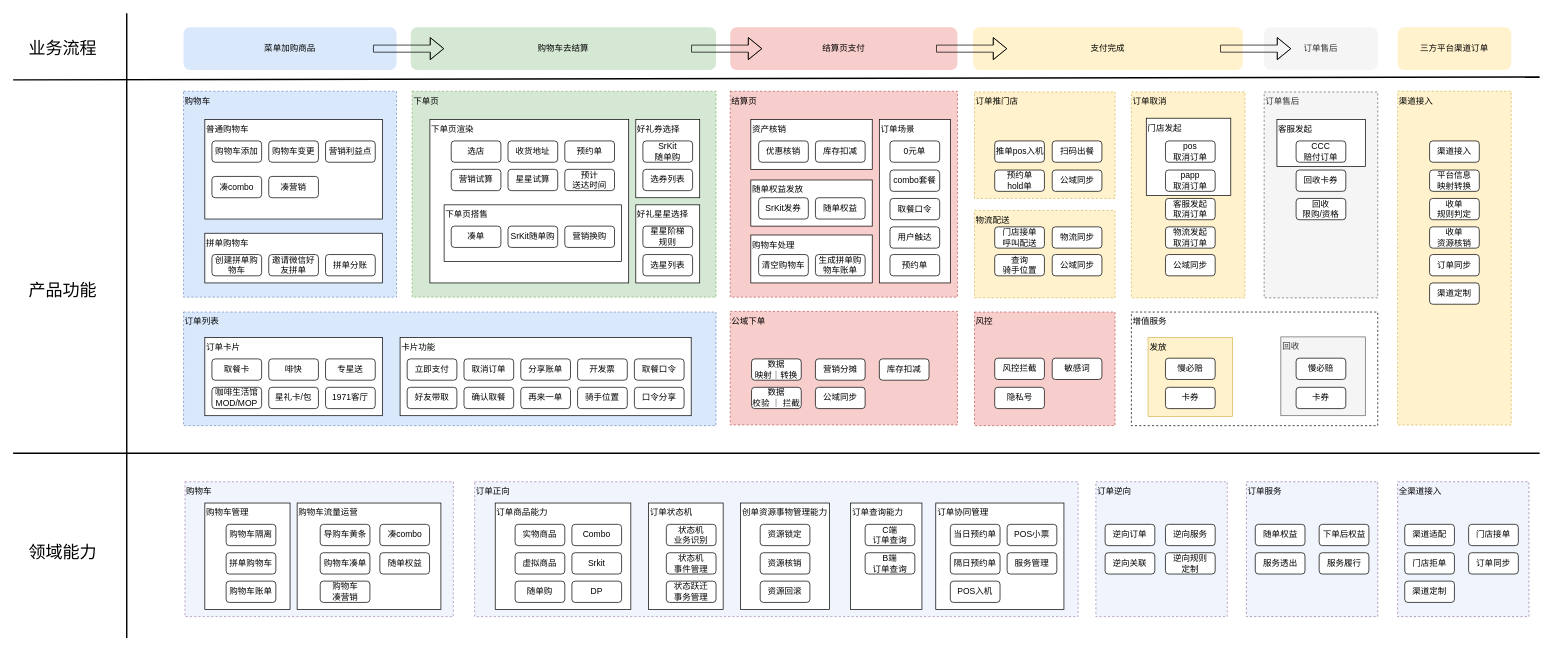
The draw.io diagram page "业务架构" (1 of 5) of OMS2.0业务架构.drawio in alexzhang2015/PC2.0, before the edit. Source tidied: cells renumbered, new cells numbered last; positions are measured from the earlier drawing's top-left corner, leaving out a move shared by most shapes. Both pictures are drawn from the tidied source at 71%, with x=0, y=0 at pixel (13, 13).
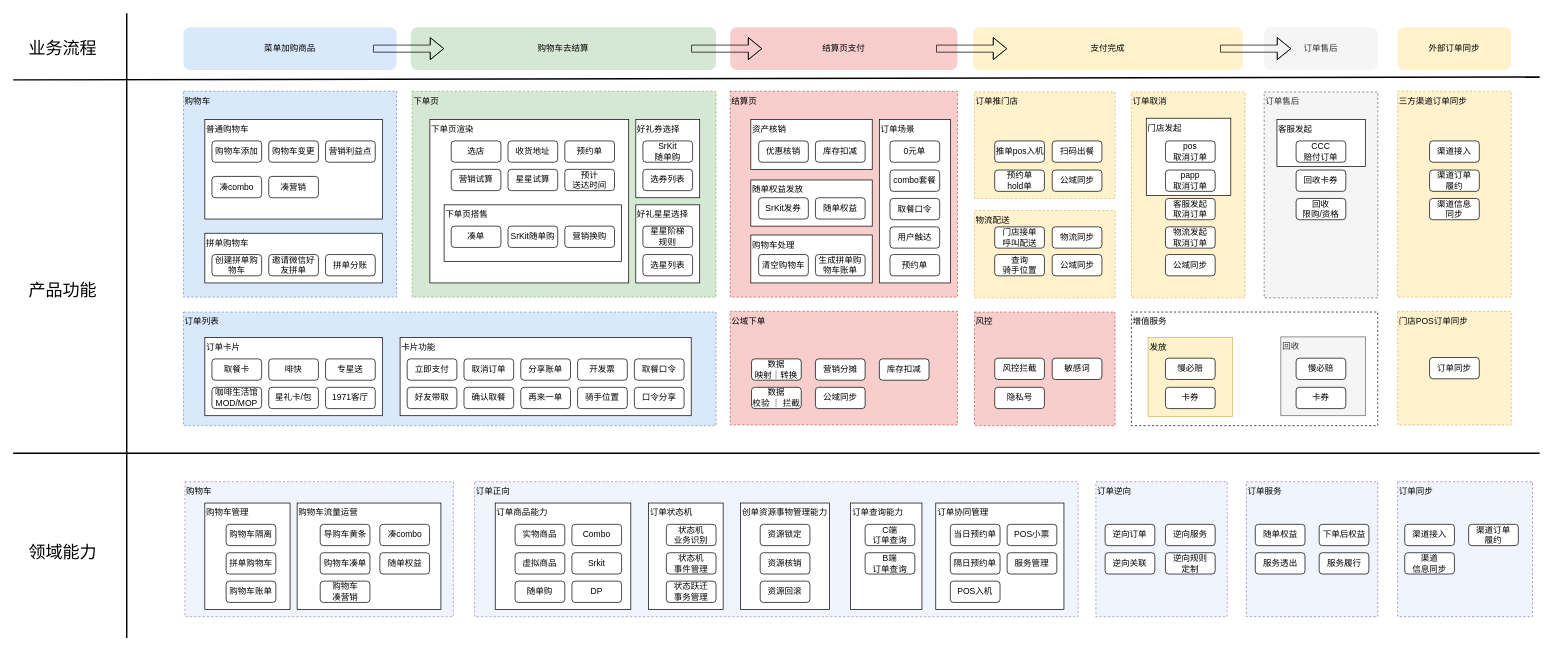
The same page after the edit.

Commit message:
更新OMS2.0业务架构.drawio

The edit, as a diff of the source:
```diff
@@
-    <mxCell id="166" value="三方平台渠道订单" style="rounded=1;whiteSpace=wrap;html=1;strokeColor=none;fillColor=#fff2cc;" parent="1" vertex="1">
+    <mxCell id="166" value="外部订单同步" style="rounded=1;whiteSpace=wrap;html=1;strokeColor=none;fillColor=#fff2cc;" parent="1" vertex="1">
       <mxGeometry x="1950" y="20" width="160" height="60" as="geometry" />
     </mxCell>
-    <mxCell id="167" value="渠道接入" style="rounded=0;whiteSpace=wrap;html=1;verticalAlign=top;dashed=1;labelPosition=center;verticalLabelPosition=middle;align=left;spacingRight=0;shadow=0;glass=0;horizontal=1;fillColor=#fff2cc;strokeColor=#d6b656;" parent="1" vertex="1">
-      <mxGeometry x="1950" y="110" width="160" height="470" as="geometry" />
+    <mxCell id="167" value="三方渠道订单同步" style="rounded=0;whiteSpace=wrap;html=1;verticalAlign=top;dashed=1;labelPosition=center;verticalLabelPosition=middle;align=left;spacingRight=0;shadow=0;glass=0;horizontal=1;fillColor=#fff2cc;strokeColor=#d6b656;" parent="1" vertex="1">
+      <mxGeometry x="1950" y="110" width="160" height="290" as="geometry" />
     </mxCell>
-    <mxCell id="168" value="全渠道接入" style="rounded=0;whiteSpace=wrap;html=1;align=left;verticalAlign=top;dashed=1;fillColor=#F0F4FC;strokeColor=#9673a6;fillStyle=auto;" parent="1" vertex="1">
-      <mxGeometry x="1950" y="660" width="185" height="190" as="geometry" />
+    <mxCell id="168" value="订单同步" style="rounded=0;whiteSpace=wrap;html=1;align=left;verticalAlign=top;dashed=1;fillColor=#F0F4FC;strokeColor=#9673a6;fillStyle=auto;" parent="1" vertex="1">
+      <mxGeometry x="1950" y="660" width="190" height="190" as="geometry" />
     </mxCell>
-    <mxCell id="169" value="渠道适配" style="rounded=1;whiteSpace=wrap;html=1;" parent="1" vertex="1">
+    <mxCell id="169" value="渠道接入" style="rounded=1;whiteSpace=wrap;html=1;" parent="1" vertex="1">
       <mxGeometry x="1960" y="720" width="70" height="30" as="geometry" />
     </mxCell>
-    <mxCell id="170" value="门店接单" style="rounded=1;whiteSpace=wrap;html=1;" parent="1" vertex="1">
+    <mxCell id="170" value="渠道订单&lt;div&gt;履约&lt;/div&gt;" style="rounded=1;whiteSpace=wrap;html=1;" parent="1" vertex="1">
       <mxGeometry x="2050" y="720" width="70" height="30" as="geometry" />
     </mxCell>
-    <mxCell id="171" value="门店拒&lt;span style=&quot;background-color: initial;&quot;&gt;单&lt;/span&gt;" style="rounded=1;whiteSpace=wrap;html=1;" parent="1" vertex="1">
+    <mxCell id="171" value="渠道&lt;div&gt;信息同步&lt;/div&gt;" style="rounded=1;whiteSpace=wrap;html=1;" parent="1" vertex="1">
       <mxGeometry x="1960" y="760" width="70" height="30" as="geometry" />
     </mxCell>
-    <mxCell id="172" value="&lt;div&gt;订单&lt;span style=&quot;background-color: initial;&quot;&gt;同步&lt;/span&gt;&lt;/div&gt;" style="rounded=1;whiteSpace=wrap;html=1;" parent="1" vertex="1">
-      <mxGeometry x="2050" y="760" width="70" height="30" as="geometry" />
-    </mxCell>
@@
-    <mxCell id="174" value="平台信息&lt;div&gt;映射转换&lt;/div&gt;" style="rounded=1;whiteSpace=wrap;html=1;" parent="1" vertex="1">
+    <mxCell id="174" value="渠道订单&lt;div&gt;履约&lt;/div&gt;" style="rounded=1;whiteSpace=wrap;html=1;" parent="1" vertex="1">
       <mxGeometry x="1995" y="221" width="70" height="30" as="geometry" />
     </mxCell>
-    <mxCell id="175" value="收单&lt;div&gt;规则判定&lt;/div&gt;" style="rounded=1;whiteSpace=wrap;html=1;" parent="1" vertex="1">
+    <mxCell id="175" value="渠道信息&lt;div&gt;同步&lt;/div&gt;" style="rounded=1;whiteSpace=wrap;html=1;" parent="1" vertex="1">
       <mxGeometry x="1995" y="261" width="70" height="30" as="geometry" />
     </mxCell>
-    <mxCell id="176" value="收单&lt;div&gt;资源核销&lt;/div&gt;" style="rounded=1;whiteSpace=wrap;html=1;" parent="1" vertex="1">
-      <mxGeometry x="1995" y="301" width="70" height="30" as="geometry" />
-    </mxCell>
-    <mxCell id="177" value="订单&lt;span style=&quot;background-color: initial;&quot;&gt;同步&lt;/span&gt;" style="rounded=1;whiteSpace=wrap;html=1;" parent="1" vertex="1">
-      <mxGeometry x="1995" y="340" width="70" height="30" as="geometry" />
-    </mxCell>
-    <mxCell id="178" value="渠道定制" style="rounded=1;whiteSpace=wrap;html=1;" parent="1" vertex="1">
-      <mxGeometry x="1995" y="380" width="70" height="30" as="geometry" />
-    </mxCell>
-    <mxCell id="179" value="渠道定制" style="rounded=1;whiteSpace=wrap;html=1;" parent="1" vertex="1">
-      <mxGeometry x="1960" y="800" width="70" height="30" as="geometry" />
-    </mxCell>
+    <mxCell id="180" value="门店POS订单同步" style="rounded=0;whiteSpace=wrap;html=1;verticalAlign=top;dashed=1;labelPosition=center;verticalLabelPosition=middle;align=left;spacingRight=0;shadow=0;glass=0;horizontal=1;fillColor=#fff2cc;strokeColor=#d6b656;" parent="1" vertex="1">
+      <mxGeometry x="1950" y="420" width="160" height="160" as="geometry" />
+    </mxCell>
+    <mxCell id="181" value="订单同步" style="rounded=1;whiteSpace=wrap;html=1;" parent="1" vertex="1">
+      <mxGeometry x="1995" y="485" width="70" height="30" as="geometry" />
+    </mxCell>
```
